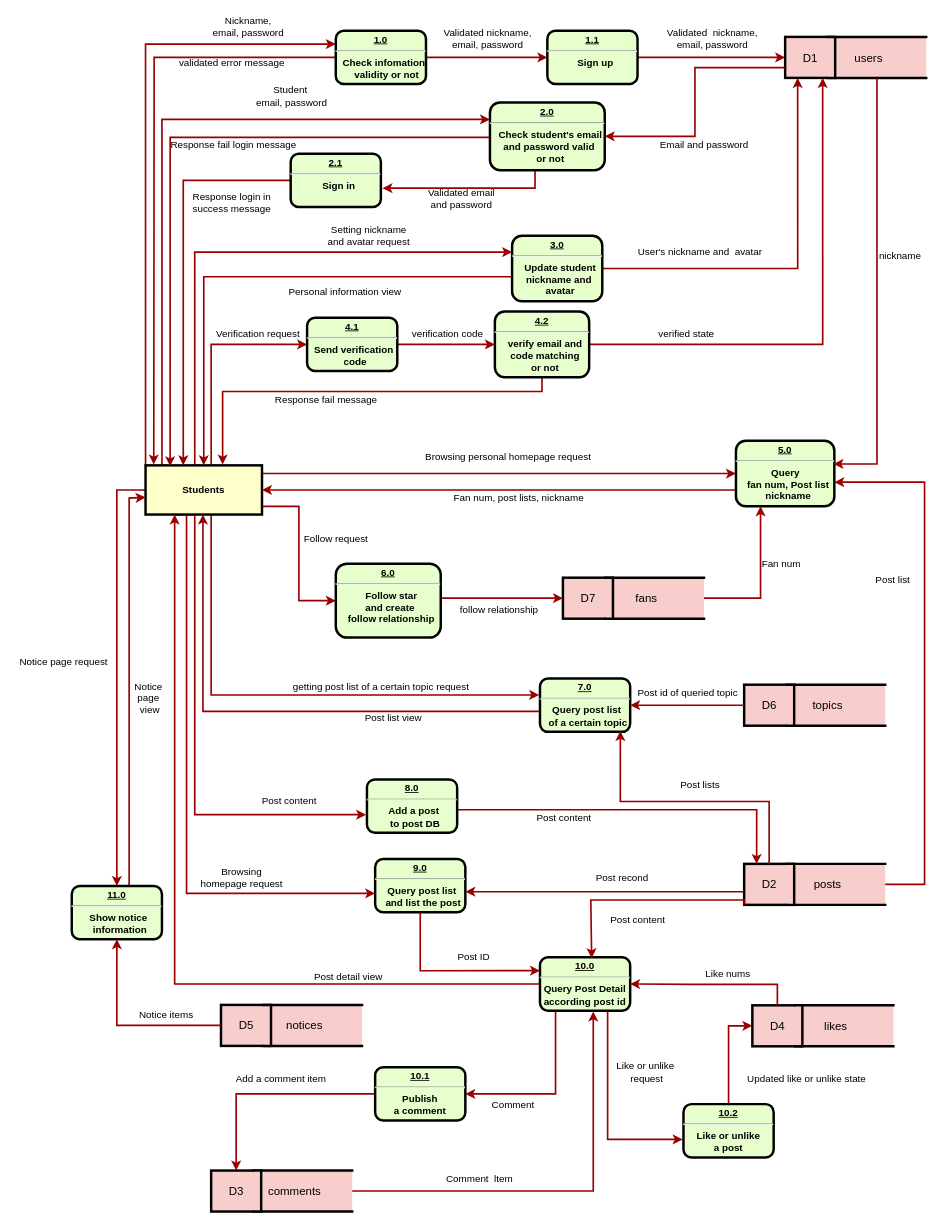
Before: docs/dfd.drawio in loveagri/zhihu, a draw.io diagram. Source tidied: cells renumbered, new cells numbered last; positions are measured from the earlier drawing's top-left corner, leaving out a move shared by most shapes. Both pictures are drawn from the tidied source at 82%, with x=0, y=0 at pixel (14, 14).
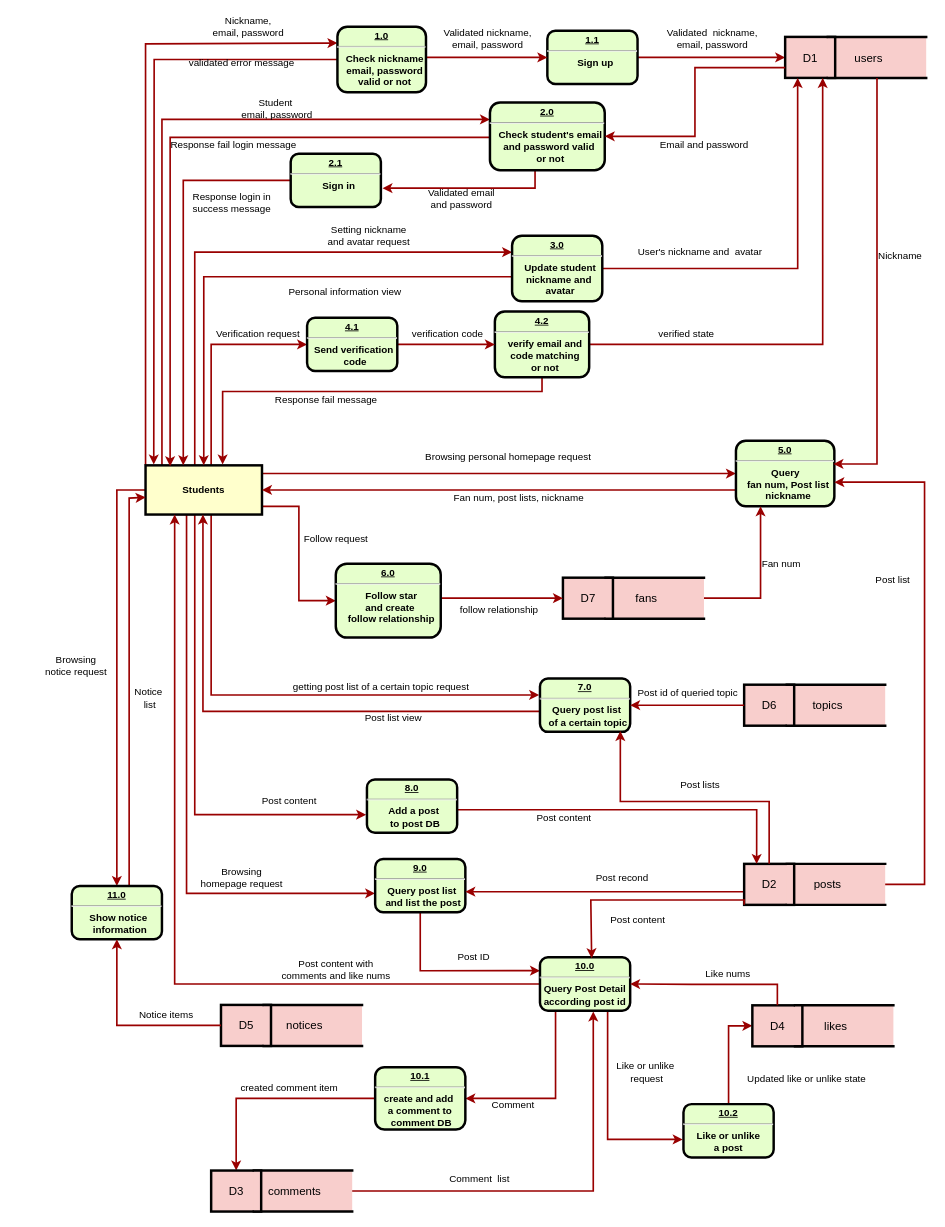
The same diagram, later.

The change refers to these unchanged cells:
```xml
<mxCell id="14" value="&lt;p style=&quot;margin: 0px ; margin-top: 4px ; text-align: center ; text-decoration: underline&quot;&gt;&lt;strong&gt;1.1&lt;/strong&gt;&lt;/p&gt;&lt;hr&gt;&lt;p style=&quot;margin: 0px ; margin-left: 8px&quot;&gt;Sign up&lt;/p&gt;" style="verticalAlign=middle;align=center;overflow=fill;fontSize=12;fontFamily=Helvetica;html=1;rounded=1;fontStyle=1;strokeWidth=3;fillColor=#E6FFCC;" parent="1" vertex="1">
  <mxGeometry x="650" y="20" width="110" height="65" as="geometry" />
</mxCell>
```

Change to the diagram source:
```diff
@@
     <mxCell id="25" value="Student&amp;nbsp;&lt;br&gt;email, password" style="text;html=1;align=center;verticalAlign=middle;" parent="1" vertex="1">
-      <mxGeometry x="288" y="85" width="100" height="30" as="geometry" />
+      <mxGeometry x="270" y="100" width="100" height="30" as="geometry" />
     </mxCell>
@@
-    <mxCell id="39" value="&lt;p style=&quot;margin: 0px ; margin-top: 4px ; text-align: center ; text-decoration: underline&quot;&gt;10.1&lt;/p&gt;&lt;hr&gt;&lt;strong&gt;Publish &lt;br&gt;a comment&lt;br&gt;&lt;/strong&gt;" style="verticalAlign=middle;align=center;overflow=fill;fontSize=12;fontFamily=Helvetica;html=1;rounded=1;fontStyle=1;strokeWidth=3;fillColor=#E6FFCC;" parent="1" vertex="1">
-      <mxGeometry x="440" y="1284" width="110" height="65" as="geometry" />
+    <mxCell id="39" value="&lt;p style=&quot;margin: 0px ; margin-top: 4px ; text-align: center ; text-decoration: underline&quot;&gt;10.1&lt;/p&gt;&lt;hr&gt;&lt;strong&gt;create and add&amp;nbsp;&lt;br&gt;a comment to&lt;br&gt;&amp;nbsp;comment DB&lt;br&gt;&lt;/strong&gt;" style="verticalAlign=middle;align=center;overflow=fill;fontSize=12;fontFamily=Helvetica;html=1;rounded=1;fontStyle=1;strokeWidth=3;fillColor=#E6FFCC;" parent="1" vertex="1">
+      <mxGeometry x="440" y="1284" width="110" height="76" as="geometry" />
     </mxCell>
@@
-    <mxCell id="47" value="Add a comment item" style="text;html=1;align=center;verticalAlign=middle;" parent="1" vertex="1">
-      <mxGeometry x="260" y="1289" width="130" height="20" as="geometry" />
+    <mxCell id="47" value="created comment item" style="text;html=1;align=center;verticalAlign=middle;" parent="1" vertex="1">
+      <mxGeometry x="270" y="1300" width="130" height="20" as="geometry" />
     </mxCell>
@@
-    <mxCell id="51" value="Comment&amp;nbsp; ltem" style="text;html=1;align=center;verticalAlign=middle;" parent="1" vertex="1">
-      <mxGeometry x="517" y="1410" width="100" height="20" as="geometry" />
+    <mxCell id="51" value="Comment&amp;nbsp; list" style="text;html=1;align=center;verticalAlign=middle;" parent="1" vertex="1">
+      <mxGeometry x="522" y="1410" width="90" height="20" as="geometry" />
     </mxCell>
@@
-    <mxCell id="119" value="Notice page request" style="text;html=1;align=center;verticalAlign=middle;" parent="1" vertex="1">
-      <mxGeometry y="780" width="120" height="20" as="geometry" />
+    <mxCell id="119" value="Browsing&lt;br&gt;notice request" style="text;html=1;align=center;verticalAlign=middle;" parent="1" vertex="1">
+      <mxGeometry x="30" y="779" width="90" height="30" as="geometry" />
     </mxCell>
@@
     <mxCell id="127" style="edgeStyle=orthogonalEdgeStyle;rounded=0;jettySize=auto;html=1;entryX=0;entryY=0.5;entryDx=0;entryDy=0;strokeColor=#990000;strokeWidth=2;" parent="1" edge="1" source="129" target="14">
-      <mxGeometry relative="1" as="geometry" />
+      <mxGeometry relative="1" as="geometry">
+        <Array as="points">
+          <mxPoint x="576" y="53" />
+        </Array>
+      </mxGeometry>
     </mxCell>
@@
-    <mxCell id="129" value="&lt;p style=&quot;margin: 0px ; margin-top: 4px ; text-align: center ; text-decoration: underline&quot;&gt;&lt;strong&gt;1.0&lt;/strong&gt;&lt;/p&gt;&lt;hr&gt;&lt;p style=&quot;margin: 0px ; margin-left: 8px&quot;&gt;Check infomation&lt;/p&gt;&lt;p style=&quot;margin: 0px ; margin-left: 8px&quot;&gt;&amp;nbsp; validity or not&lt;/p&gt;" style="verticalAlign=middle;align=center;overflow=fill;fontSize=12;fontFamily=Helvetica;html=1;rounded=1;fontStyle=1;strokeWidth=3;fillColor=#E6FFCC;" parent="1" vertex="1">
-      <mxGeometry x="392" y="20" width="110" height="65" as="geometry" />
+    <mxCell id="129" value="&lt;p style=&quot;margin: 0px ; margin-top: 4px ; text-align: center ; text-decoration: underline&quot;&gt;&lt;strong&gt;1.0&lt;/strong&gt;&lt;/p&gt;&lt;hr&gt;&lt;p style=&quot;margin: 0px ; margin-left: 8px&quot;&gt;Check nickname&lt;/p&gt;&lt;p style=&quot;margin: 0px ; margin-left: 8px&quot;&gt;&lt;span&gt;email, password&lt;/span&gt;&lt;/p&gt;&lt;p style=&quot;margin: 0px ; margin-left: 8px&quot;&gt;&lt;span&gt;valid or not&lt;/span&gt;&lt;/p&gt;" style="verticalAlign=middle;align=center;overflow=fill;fontSize=12;fontFamily=Helvetica;html=1;rounded=1;fontStyle=1;strokeWidth=3;fillColor=#E6FFCC;" parent="1" vertex="1">
+      <mxGeometry x="394" y="15" width="108" height="80" as="geometry" />
     </mxCell>
     <mxCell id="130" value="validated error message" style="text;html=1;align=center;verticalAlign=middle;" parent="1" vertex="1">
-      <mxGeometry x="195" y="50" width="140" height="20" as="geometry" />
+      <mxGeometry x="207" y="50" width="140" height="20" as="geometry" />
     </mxCell>
@@
-    <mxCell id="159" value="Notice&amp;nbsp;&lt;br&gt;page&amp;nbsp;&lt;br&gt;view" style="text;html=1;align=center;verticalAlign=middle;" parent="1" vertex="1">
-      <mxGeometry x="140" y="809" width="50" height="50" as="geometry" />
+    <mxCell id="159" value="Notice&amp;nbsp;&lt;br&gt;list" style="text;html=1;align=center;verticalAlign=middle;" parent="1" vertex="1">
+      <mxGeometry x="140" y="819" width="50" height="30" as="geometry" />
     </mxCell>
-    <mxCell id="160" value="Post detail view" style="text;html=1;align=center;verticalAlign=middle;" parent="1" vertex="1">
-      <mxGeometry x="357" y="1164" width="100" height="20" as="geometry" />
+    <mxCell id="160" value="Post content with &lt;br&gt;comments and like nums" style="text;html=1;align=center;verticalAlign=middle;" parent="1" vertex="1">
+      <mxGeometry x="317" y="1150" width="150" height="30" as="geometry" />
     </mxCell>
-    <mxCell id="161" value="nickname" style="text;html=1;align=center;verticalAlign=middle;" parent="1" vertex="1">
+    <mxCell id="161" value="Nickname" style="text;html=1;align=center;verticalAlign=middle;" parent="1" vertex="1">
       <mxGeometry x="1045" y="285" width="70" height="20" as="geometry" />
     </mxCell>
```
